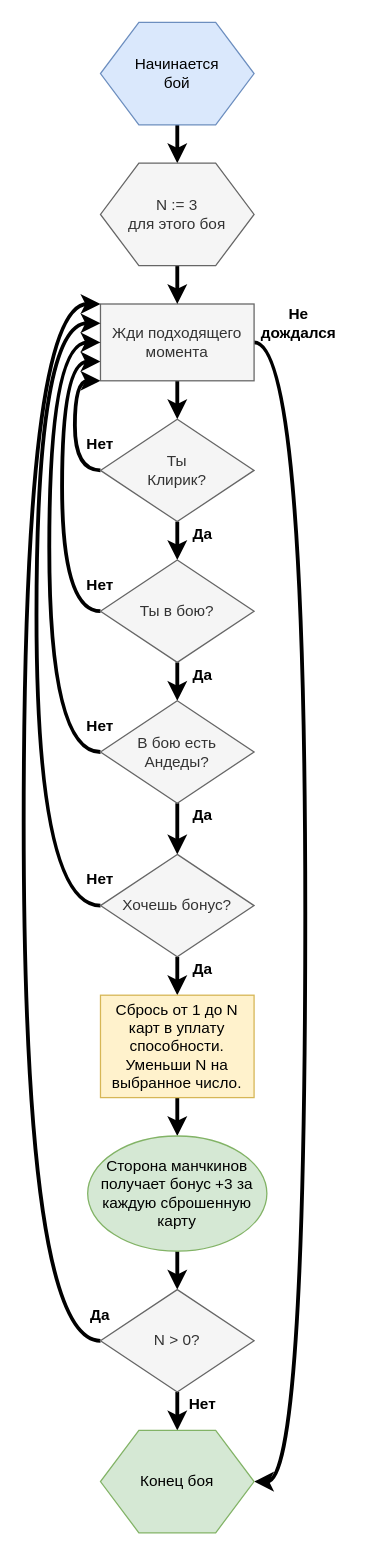
Before: M1/Cleric_Схема_Изгнание.drawio in MarisKori/cards_rus, a draw.io diagram. Source tidied: cells renumbered, new cells numbered last; positions are measured from the earlier drawing's top-left corner, leaving out a move shared by most shapes. Both pictures are drawn from the tidied source at 128%, with x=0, y=0 at pixel (23, 22).
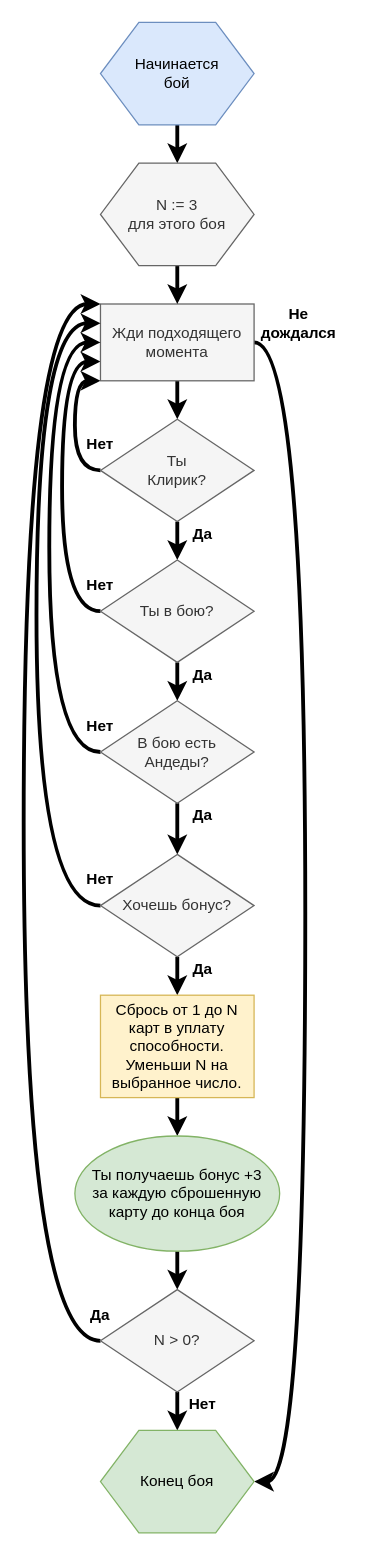
After the change.

What changed in the source:
```diff
@@
-    <mxCell id="21" value="Сторона манчкинов получает бонус +3 за каждую сброшенную карту" style="ellipse;whiteSpace=wrap;html=1;fillColor=#d5e8d4;strokeColor=#82b366;" parent="1" vertex="1">
-      <mxGeometry x="50" y="870" width="140" height="90" as="geometry" />
+    <mxCell id="21" value="Ты получаешь бонус +3&lt;br&gt;за каждую сброшенную карту до конца боя" style="ellipse;whiteSpace=wrap;html=1;fillColor=#d5e8d4;strokeColor=#82b366;" parent="1" vertex="1">
+      <mxGeometry x="40" y="870" width="160" height="90" as="geometry" />
     </mxCell>
```
